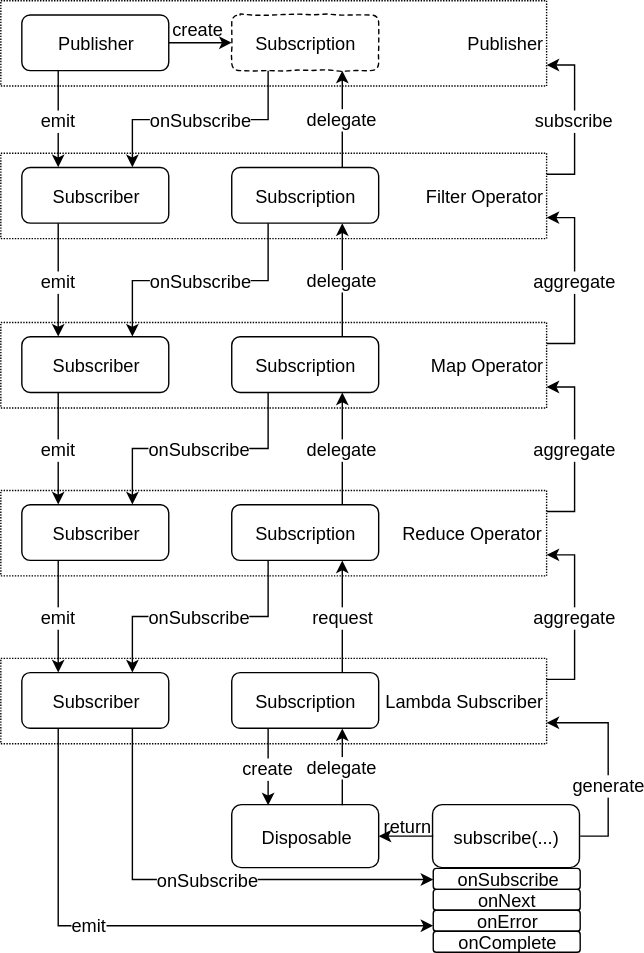
Above: doc/rxjava/Reactive-Model.svg in XDean/Share (draw.io), before the change. Source tidied: cells renumbered, new cells last; positions are measured from the earlier drawing's top-left corner, leaving out a move shared by most shapes.
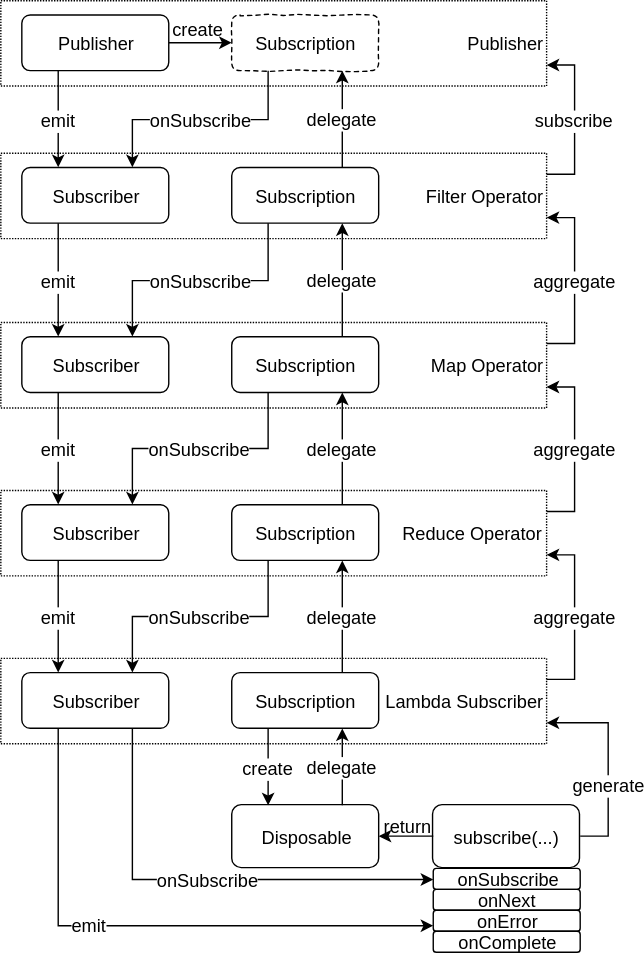
The same diagram one commit later.

What changed in the source:
```diff
@@ -74,7 +74,7 @@
     <mxCell id="25" value="delegate" style="edgeStyle=orthogonalEdgeStyle;rounded=0;html=1;exitX=0.75;exitY=0;entryX=0.75;entryY=1;jettySize=auto;strokeColor=#000000;fontSize=13;" parent="1" edge="1" source="13" target="9">
       <mxGeometry relative="1" as="geometry" />
     </mxCell>
-    <mxCell id="26" value="request" style="edgeStyle=orthogonalEdgeStyle;rounded=0;html=1;exitX=0.75;exitY=0;entryX=0.75;entryY=1;jettySize=auto;strokeColor=#000000;fontSize=13;" parent="1" edge="1" source="17" target="13">
+    <mxCell id="26" value="delegate" style="edgeStyle=orthogonalEdgeStyle;rounded=0;html=1;exitX=0.75;exitY=0;entryX=0.75;entryY=1;jettySize=auto;strokeColor=#000000;fontSize=13;" parent="1" edge="1" source="17" target="13">
       <mxGeometry relative="1" as="geometry" />
     </mxCell>
     <mxCell id="27" value="onSubscribe" style="edgeStyle=orthogonalEdgeStyle;rounded=0;html=1;exitX=0.25;exitY=1;entryX=0.75;entryY=0;jettySize=auto;strokeColor=#000000;fontSize=13;" parent="1" edge="1" source="22" target="4">
```
